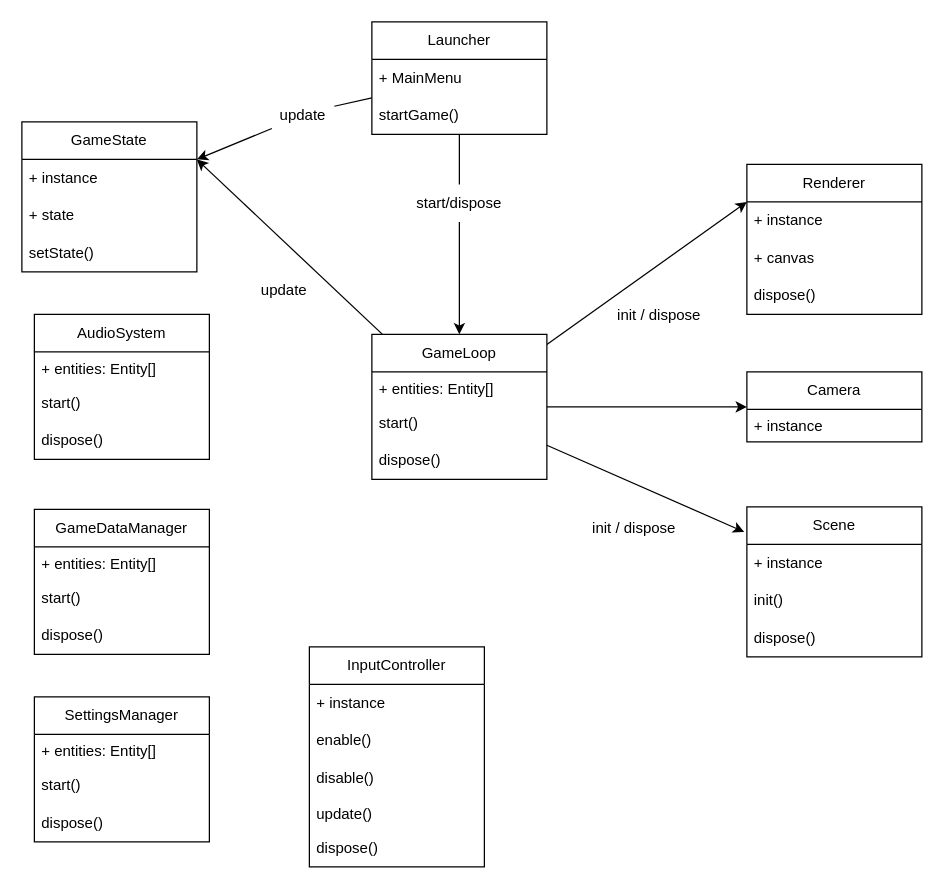
Before: docs/serviceDeps.drawio in gionathas/ThreeCraft, a draw.io diagram. Source tidied: cells renumbered, new cells numbered last; positions are measured from the earlier drawing's top-left corner, leaving out a move shared by most shapes. Both pictures are drawn from the tidied source at 125%, with x=0, y=0 at pixel (21, 21).
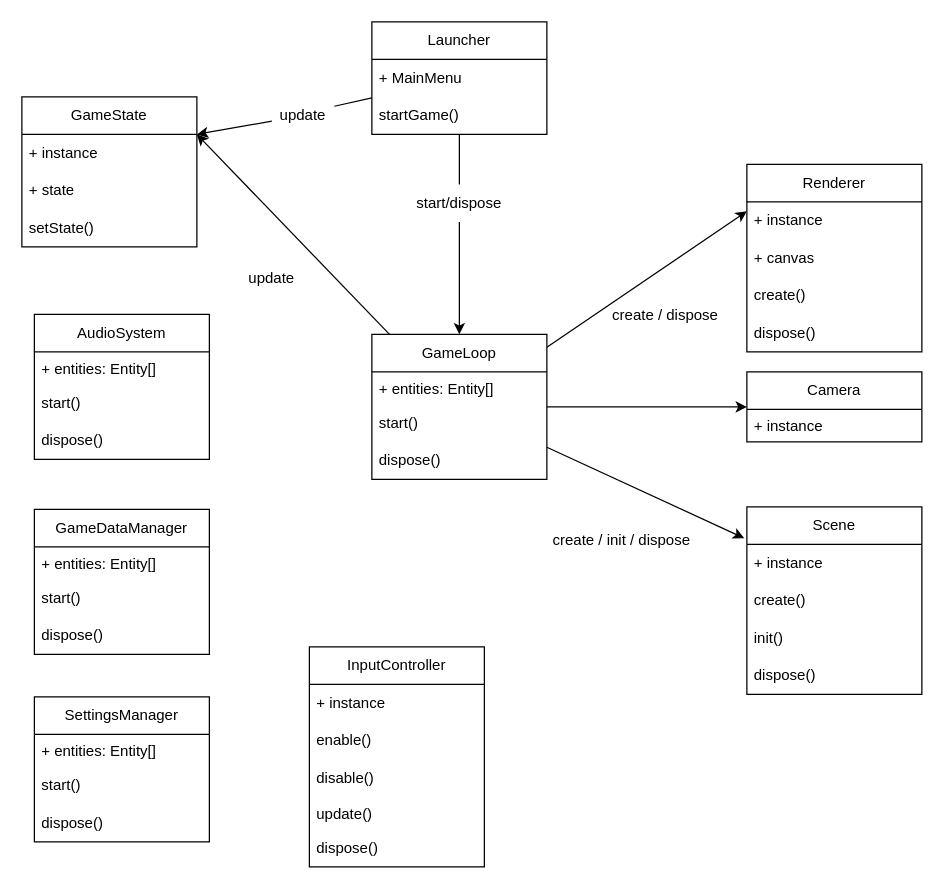
The same diagram, later.

Diff of the diagram source:
```diff
@@
     <mxCell id="2" value="Scene" style="swimlane;fontStyle=0;horizontal=1;startSize=30;whiteSpace=wrap;html=1;" parent="1" vertex="1">
-      <mxGeometry x="580" y="388" width="140" height="120" as="geometry" />
+      <mxGeometry x="580" y="388" width="140" height="150" as="geometry" />
     </mxCell>
@@
+    <mxCell id="54" value="create()" style="text;strokeColor=none;fillColor=none;align=left;verticalAlign=middle;spacingLeft=4;spacingRight=4;overflow=hidden;whiteSpace=wrap;html=1;" parent="2" vertex="1">
+      <mxGeometry y="60" width="140" height="30" as="geometry" />
+    </mxCell>
     <mxCell id="4" value="init()" style="text;strokeColor=none;fillColor=none;align=left;verticalAlign=middle;spacingLeft=4;spacingRight=4;overflow=hidden;whiteSpace=wrap;html=1;" parent="2" vertex="1">
-      <mxGeometry y="60" width="140" height="30" as="geometry" />
+      <mxGeometry y="90" width="140" height="30" as="geometry" />
     </mxCell>
     <mxCell id="5" value="dispose()" style="text;strokeColor=none;fillColor=none;align=left;verticalAlign=middle;spacingLeft=4;spacingRight=4;overflow=hidden;whiteSpace=wrap;html=1;" parent="2" vertex="1">
-      <mxGeometry y="90" width="140" height="30" as="geometry" />
+      <mxGeometry y="120" width="140" height="30" as="geometry" />
     </mxCell>
@@
     <mxCell id="13" value="GameState" style="swimlane;fontStyle=0;horizontal=1;startSize=30;whiteSpace=wrap;html=1;" parent="1" vertex="1">
-      <mxGeometry y="80" width="140" height="120" as="geometry" />
+      <mxGeometry y="60" width="140" height="120" as="geometry" />
     </mxCell>
@@
     <mxCell id="47" value="Renderer" style="swimlane;fontStyle=0;horizontal=1;startSize=30;whiteSpace=wrap;html=1;" parent="1" vertex="1">
-      <mxGeometry x="580" y="114" width="140" height="120" as="geometry" />
+      <mxGeometry x="580" y="114" width="140" height="150" as="geometry" />
     </mxCell>
@@
+    <mxCell id="55" value="create()" style="text;strokeColor=none;fillColor=none;align=left;verticalAlign=middle;spacingLeft=4;spacingRight=4;overflow=hidden;whiteSpace=wrap;html=1;" parent="47" vertex="1">
+      <mxGeometry y="90" width="140" height="30" as="geometry" />
+    </mxCell>
     <mxCell id="50" value="dispose()" style="text;strokeColor=none;fillColor=none;align=left;verticalAlign=middle;spacingLeft=4;spacingRight=4;overflow=hidden;whiteSpace=wrap;html=1;" parent="47" vertex="1">
-      <mxGeometry y="90" width="140" height="30" as="geometry" />
+      <mxGeometry y="120" width="140" height="30" as="geometry" />
     </mxCell>
-    <mxCell id="51" value="init / dispose" style="text;html=1;strokeColor=none;fillColor=none;align=center;verticalAlign=middle;whiteSpace=wrap;rounded=0;" parent="1" vertex="1">
-      <mxGeometry x="470" y="220" width="80" height="30" as="geometry" />
+    <mxCell id="51" value="create / dispose" style="text;html=1;strokeColor=none;fillColor=none;align=center;verticalAlign=middle;whiteSpace=wrap;rounded=0;" parent="1" vertex="1">
+      <mxGeometry x="470" y="220" width="90" height="30" as="geometry" />
     </mxCell>
-    <mxCell id="52" value="init / dispose" style="text;html=1;strokeColor=none;fillColor=none;align=center;verticalAlign=middle;whiteSpace=wrap;rounded=0;" parent="1" vertex="1">
-      <mxGeometry x="450" y="390" width="80" height="30" as="geometry" />
+    <mxCell id="52" value="create / init / dispose" style="text;html=1;strokeColor=none;fillColor=none;align=center;verticalAlign=middle;whiteSpace=wrap;rounded=0;" parent="1" vertex="1">
+      <mxGeometry x="420" y="400" width="120" height="30" as="geometry" />
     </mxCell>
     <mxCell id="53" value="update" style="text;html=1;strokeColor=none;fillColor=none;align=center;verticalAlign=middle;whiteSpace=wrap;rounded=0;" parent="1" vertex="1">
-      <mxGeometry x="170" y="200" width="80" height="30" as="geometry" />
+      <mxGeometry x="160" y="190" width="80" height="30" as="geometry" />
     </mxCell>
```
